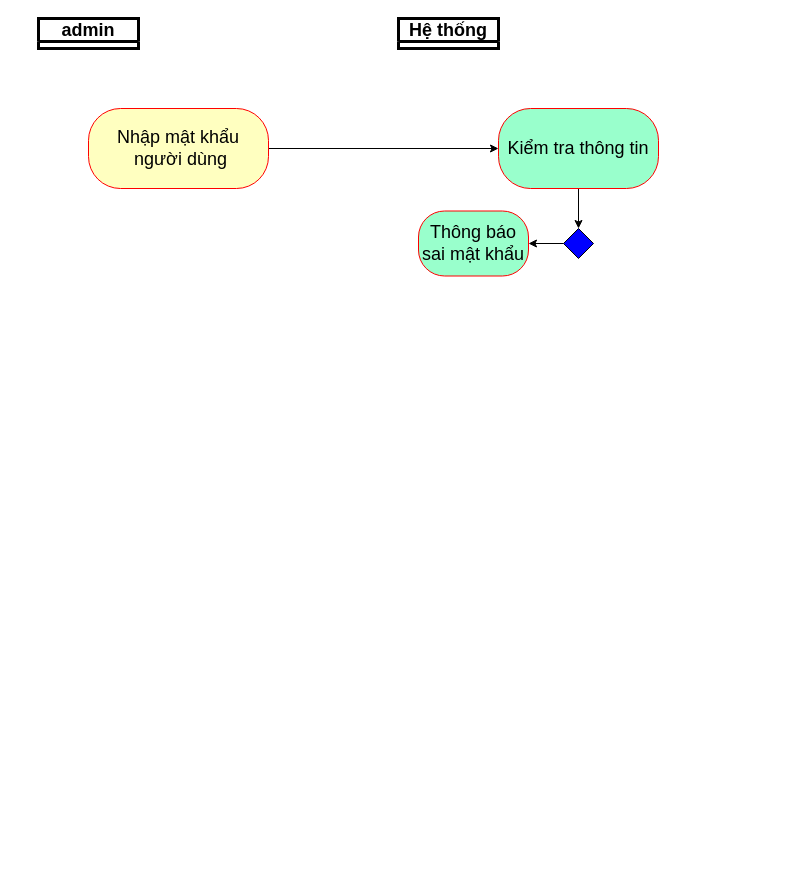
Before: page "Đổi mật khẩu" (13 of 15) of CNPM.drawio in 106210049/nckh, a draw.io diagram. Source tidied: cells renumbered, new cells numbered last; positions are measured from the earlier drawing's top-left corner, leaving out a move shared by most shapes. Both pictures are drawn from the tidied source at 100%, with x=0, y=0 at pixel (38, 18).
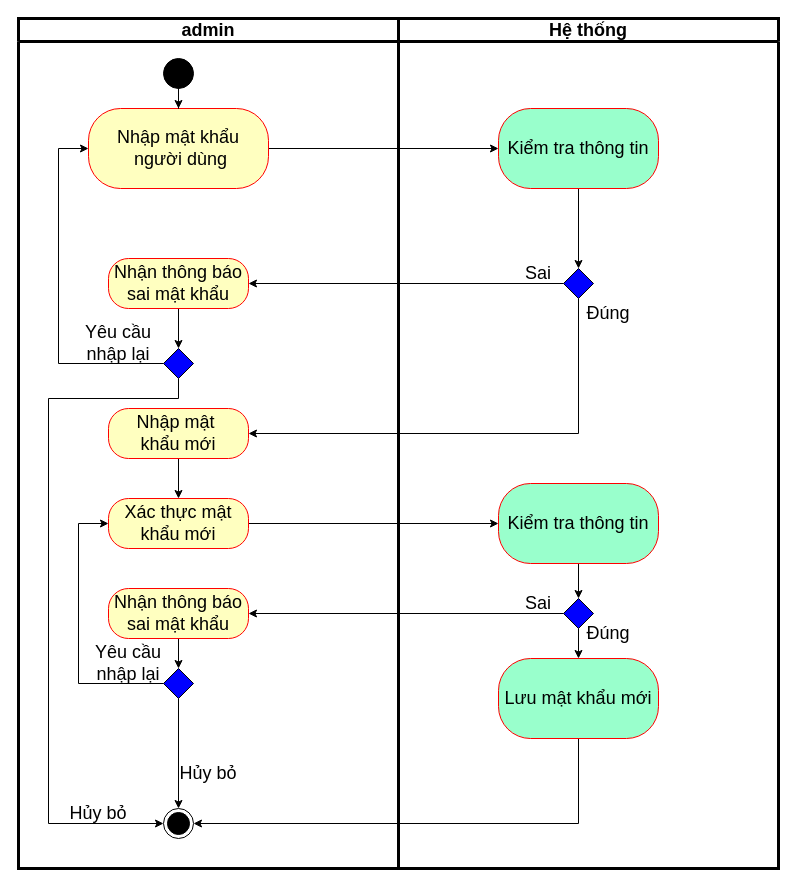
The same page after the edit.

Unchanged cells that the change refers to:
```xml
<mxCell id="5" value="Nhập mật khẩu&lt;div&gt;&amp;nbsp;người dùng&lt;/div&gt;" style="rounded=1;whiteSpace=wrap;html=1;arcSize=40;fontColor=#000000;fillColor=#ffffc0;strokeColor=#ff0000;fontSize=18;" parent="1" vertex="1">
  <mxGeometry x="50" y="90" width="180" height="80" as="geometry" />
</mxCell>
```

The edit, as a diff of the source:
```diff
@@
-    <mxCell id="2" value="Hệ thống" style="swimlane;whiteSpace=wrap;html=1;fontSize=18;strokeWidth=3;swimlaneLine=1;" parent="1" vertex="1" collapsed="1">
-      <mxGeometry x="360" width="100" height="30" as="geometry" />
+    <mxCell id="2" value="Hệ thống" style="swimlane;whiteSpace=wrap;html=1;fontSize=18;strokeWidth=3;swimlaneLine=1;" parent="1" vertex="1">
+      <mxGeometry x="360" width="380" height="850" as="geometry" />
     </mxCell>
+    <mxCell id="11" value="&lt;font style=&quot;font-size: 18px;&quot;&gt;Sai&lt;/font&gt;" style="text;strokeColor=none;align=center;fillColor=none;html=1;verticalAlign=middle;whiteSpace=wrap;rounded=0;" parent="2" vertex="1">
+      <mxGeometry x="110" y="240" width="60" height="30" as="geometry" />
+    </mxCell>
+    <mxCell id="12" value="&lt;font style=&quot;font-size: 18px;&quot;&gt;Đúng&lt;/font&gt;" style="text;strokeColor=none;align=center;fillColor=none;html=1;verticalAlign=middle;whiteSpace=wrap;rounded=0;" parent="2" vertex="1">
+      <mxGeometry x="180" y="280" width="60" height="30" as="geometry" />
+    </mxCell>
+    <mxCell id="13" value="&lt;font style=&quot;font-size: 18px;&quot;&gt;Đúng&lt;/font&gt;" style="text;strokeColor=none;align=center;fillColor=none;html=1;verticalAlign=middle;whiteSpace=wrap;rounded=0;" parent="2" vertex="1">
+      <mxGeometry x="180" y="600" width="60" height="30" as="geometry" />
+    </mxCell>
+    <mxCell id="14" value="&lt;font style=&quot;font-size: 18px;&quot;&gt;Sai&lt;/font&gt;" style="text;strokeColor=none;align=center;fillColor=none;html=1;verticalAlign=middle;whiteSpace=wrap;rounded=0;" parent="2" vertex="1">
+      <mxGeometry x="110" y="570" width="60" height="30" as="geometry" />
+    </mxCell>
-    <mxCell id="3" value="admin" style="swimlane;whiteSpace=wrap;html=1;fontSize=18;strokeWidth=3;swimlaneLine=1;" parent="1" vertex="1" collapsed="1">
-      <mxGeometry width="100" height="30" as="geometry" />
+    <mxCell id="3" value="admin" style="swimlane;whiteSpace=wrap;html=1;fontSize=18;strokeWidth=3;swimlaneLine=1;" parent="1" vertex="1">
+      <mxGeometry x="-20" width="380" height="850" as="geometry" />
     </mxCell>
+    <mxCell id="15" value="&lt;font style=&quot;font-size: 18px;&quot;&gt;Yêu cầu nhập lại&lt;/font&gt;" style="text;strokeColor=none;align=center;fillColor=none;html=1;verticalAlign=middle;whiteSpace=wrap;rounded=0;" parent="3" vertex="1">
+      <mxGeometry x="60" y="310" width="80" height="30" as="geometry" />
+    </mxCell>
+    <mxCell id="16" value="&lt;font style=&quot;font-size: 18px;&quot;&gt;Yêu cầu nhập lại&lt;/font&gt;" style="text;strokeColor=none;align=center;fillColor=none;html=1;verticalAlign=middle;whiteSpace=wrap;rounded=0;" parent="3" vertex="1">
+      <mxGeometry x="70" y="630" width="80" height="30" as="geometry" />
+    </mxCell>
+    <mxCell id="17" value="&lt;font style=&quot;font-size: 18px;&quot;&gt;Hủy bỏ&lt;/font&gt;" style="text;strokeColor=none;align=center;fillColor=none;html=1;verticalAlign=middle;whiteSpace=wrap;rounded=0;" parent="3" vertex="1">
+      <mxGeometry x="50" y="780" width="60" height="30" as="geometry" />
+    </mxCell>
+    <mxCell id="18" value="&lt;font style=&quot;font-size: 18px;&quot;&gt;Hủy bỏ&lt;/font&gt;" style="text;strokeColor=none;align=center;fillColor=none;html=1;verticalAlign=middle;whiteSpace=wrap;rounded=0;" parent="3" vertex="1">
+      <mxGeometry x="160" y="740" width="60" height="30" as="geometry" />
+    </mxCell>
@@
-    <mxCell id="8" style="edgeStyle=orthogonalEdgeStyle;rounded=0;jettySize=auto;html=1;" parent="1" edge="1" source="9" target="10">
-      <mxGeometry relative="1" as="geometry" />
-    </mxCell>
+    <mxCell id="19" style="edgeStyle=orthogonalEdgeStyle;rounded=0;jettySize=auto;html=1;entryX=1;entryY=0.5;entryDx=0;entryDy=0;" parent="1" edge="1" source="9" target="22">
+      <mxGeometry relative="1" as="geometry" />
+    </mxCell>
+    <mxCell id="20" style="edgeStyle=orthogonalEdgeStyle;rounded=0;jettySize=auto;html=1;exitX=0.5;exitY=1;exitDx=0;exitDy=0;entryX=1;entryY=0.5;entryDx=0;entryDy=0;" parent="1" edge="1" source="9" target="24">
+      <mxGeometry relative="1" as="geometry" />
+    </mxCell>
     <mxCell id="9" style="rhombus;fillColor=#0000FF;fontSize=18;" parent="1" vertex="1">
-      <mxGeometry x="525" y="210" width="30" height="30" as="geometry" />
+      <mxGeometry x="525" y="250" width="30" height="30" as="geometry" />
     </mxCell>
-    <mxCell id="10" value="Thông báo sai mật khẩu" style="rounded=1;whiteSpace=wrap;html=1;arcSize=40;fontColor=#000000;fillColor=#99FFCC;strokeColor=#ff0000;fontSize=18;" parent="1" vertex="1">
-      <mxGeometry x="380" y="192.5" width="110" height="65" as="geometry" />
-    </mxCell>
+    <mxCell id="21" style="edgeStyle=orthogonalEdgeStyle;rounded=0;jettySize=auto;html=1;" parent="1" edge="1" source="22" target="29">
+      <mxGeometry relative="1" as="geometry" />
+    </mxCell>
+    <mxCell id="22" value="Nhận thông báo sai mật khẩu" style="rounded=1;whiteSpace=wrap;html=1;arcSize=40;fontColor=#000000;fillColor=#ffffc0;strokeColor=#ff0000;fontSize=18;" parent="1" vertex="1">
+      <mxGeometry x="70" y="240" width="140" height="50" as="geometry" />
+    </mxCell>
+    <mxCell id="23" style="edgeStyle=orthogonalEdgeStyle;rounded=0;jettySize=auto;html=1;" parent="1" edge="1" source="24" target="26">
+      <mxGeometry relative="1" as="geometry" />
+    </mxCell>
+    <mxCell id="24" value="Nhập mật&amp;nbsp;&lt;div&gt;khẩu mới&lt;/div&gt;" style="rounded=1;whiteSpace=wrap;html=1;arcSize=40;fontColor=#000000;fillColor=#ffffc0;strokeColor=#ff0000;fontSize=18;" parent="1" vertex="1">
+      <mxGeometry x="70" y="390" width="140" height="50" as="geometry" />
+    </mxCell>
+    <mxCell id="25" style="edgeStyle=orthogonalEdgeStyle;rounded=0;jettySize=auto;html=1;exitX=1;exitY=0.5;exitDx=0;exitDy=0;entryX=0;entryY=0.5;entryDx=0;entryDy=0;" parent="1" edge="1" source="26" target="32">
+      <mxGeometry relative="1" as="geometry" />
+    </mxCell>
+    <mxCell id="26" value="Xác thực mật khẩu mới" style="rounded=1;whiteSpace=wrap;html=1;arcSize=40;fontColor=#000000;fillColor=#ffffc0;strokeColor=#ff0000;fontSize=18;" parent="1" vertex="1">
+      <mxGeometry x="70" y="480" width="140" height="50" as="geometry" />
+    </mxCell>
+    <mxCell id="27" style="edgeStyle=orthogonalEdgeStyle;rounded=0;jettySize=auto;html=1;exitX=0;exitY=0.5;exitDx=0;exitDy=0;entryX=0;entryY=0.5;entryDx=0;entryDy=0;" parent="1" edge="1" source="29" target="5">
+      <mxGeometry relative="1" as="geometry">
+        <Array as="points">
+          <mxPoint x="20" y="345" />
+          <mxPoint x="20" y="130" />
+        </Array>
+      </mxGeometry>
+    </mxCell>
+    <mxCell id="28" style="edgeStyle=orthogonalEdgeStyle;rounded=0;jettySize=auto;html=1;exitX=0.5;exitY=1;exitDx=0;exitDy=0;entryX=0;entryY=0.5;entryDx=0;entryDy=0;" parent="1" edge="1" source="29" target="30">
+      <mxGeometry relative="1" as="geometry">
+        <Array as="points">
+          <mxPoint x="140" y="380" />
+          <mxPoint x="10" y="380" />
+          <mxPoint x="10" y="805" />
+        </Array>
+      </mxGeometry>
+    </mxCell>
+    <mxCell id="29" style="rhombus;fillColor=#0000FF;fontSize=18;" parent="1" vertex="1">
+      <mxGeometry x="125" y="330" width="30" height="30" as="geometry" />
+    </mxCell>
+    <mxCell id="30" style="ellipse;html=1;shape=endState;fillColor=strokeColor;" parent="1" vertex="1">
+      <mxGeometry x="125" y="790" width="30" height="30" as="geometry" />
+    </mxCell>
+    <mxCell id="31" style="edgeStyle=orthogonalEdgeStyle;rounded=0;jettySize=auto;html=1;" parent="1" edge="1" source="32" target="35">
+      <mxGeometry relative="1" as="geometry" />
+    </mxCell>
+    <mxCell id="32" value="Kiểm tra thông tin" style="rounded=1;whiteSpace=wrap;html=1;arcSize=40;fontColor=#000000;fillColor=#99FFCC;strokeColor=#ff0000;fontSize=18;" parent="1" vertex="1">
+      <mxGeometry x="460" y="465" width="160" height="80" as="geometry" />
+    </mxCell>
+    <mxCell id="33" style="edgeStyle=orthogonalEdgeStyle;rounded=0;jettySize=auto;html=1;entryX=1;entryY=0.5;entryDx=0;entryDy=0;" parent="1" edge="1" source="35" target="37">
+      <mxGeometry relative="1" as="geometry" />
+    </mxCell>
+    <mxCell id="34" style="edgeStyle=orthogonalEdgeStyle;rounded=0;jettySize=auto;html=1;" parent="1" edge="1" source="35" target="42">
+      <mxGeometry relative="1" as="geometry" />
+    </mxCell>
+    <mxCell id="35" style="rhombus;fillColor=#0000FF;fontSize=18;" parent="1" vertex="1">
+      <mxGeometry x="525" y="580" width="30" height="30" as="geometry" />
+    </mxCell>
+    <mxCell id="36" style="edgeStyle=orthogonalEdgeStyle;rounded=0;jettySize=auto;html=1;" parent="1" edge="1" source="37" target="40">
+      <mxGeometry relative="1" as="geometry" />
+    </mxCell>
+    <mxCell id="37" value="Nhận thông báo sai mật khẩu" style="rounded=1;whiteSpace=wrap;html=1;arcSize=40;fontColor=#000000;fillColor=#ffffc0;strokeColor=#ff0000;fontSize=18;" parent="1" vertex="1">
+      <mxGeometry x="70" y="570" width="140" height="50" as="geometry" />
+    </mxCell>
+    <mxCell id="38" style="edgeStyle=orthogonalEdgeStyle;rounded=0;jettySize=auto;html=1;exitX=0;exitY=0.5;exitDx=0;exitDy=0;entryX=0;entryY=0.5;entryDx=0;entryDy=0;" parent="1" edge="1" source="40" target="26">
+      <mxGeometry relative="1" as="geometry">
+        <Array as="points">
+          <mxPoint x="40" y="665" />
+          <mxPoint x="40" y="505" />
+        </Array>
+      </mxGeometry>
+    </mxCell>
+    <mxCell id="39" style="edgeStyle=orthogonalEdgeStyle;rounded=0;jettySize=auto;html=1;exitX=0.5;exitY=1;exitDx=0;exitDy=0;entryX=0.5;entryY=0;entryDx=0;entryDy=0;" parent="1" edge="1" source="40" target="30">
+      <mxGeometry relative="1" as="geometry" />
+    </mxCell>
+    <mxCell id="40" style="rhombus;fillColor=#0000FF;fontSize=18;" parent="1" vertex="1">
+      <mxGeometry x="125" y="650" width="30" height="30" as="geometry" />
+    </mxCell>
+    <mxCell id="41" style="edgeStyle=orthogonalEdgeStyle;rounded=0;jettySize=auto;html=1;entryX=1;entryY=0.5;entryDx=0;entryDy=0;" parent="1" edge="1" source="42" target="30">
+      <mxGeometry relative="1" as="geometry">
+        <Array as="points">
+          <mxPoint x="540" y="805" />
+        </Array>
+      </mxGeometry>
+    </mxCell>
+    <mxCell id="42" value="Lưu mật khẩu mới" style="rounded=1;whiteSpace=wrap;html=1;arcSize=40;fontColor=#000000;fillColor=#99FFCC;strokeColor=#ff0000;fontSize=18;" parent="1" vertex="1">
+      <mxGeometry x="460" y="640" width="160" height="80" as="geometry" />
+    </mxCell>
+    <mxCell id="43" style="edgeStyle=orthogonalEdgeStyle;rounded=0;jettySize=auto;html=1;" parent="1" edge="1" source="44" target="5">
+      <mxGeometry relative="1" as="geometry" />
+    </mxCell>
+    <mxCell id="44" style="ellipse;fillColor=strokeColor;html=1;" parent="1" vertex="1">
+      <mxGeometry x="125" y="40" width="30" height="30" as="geometry" />
+    </mxCell>
```
